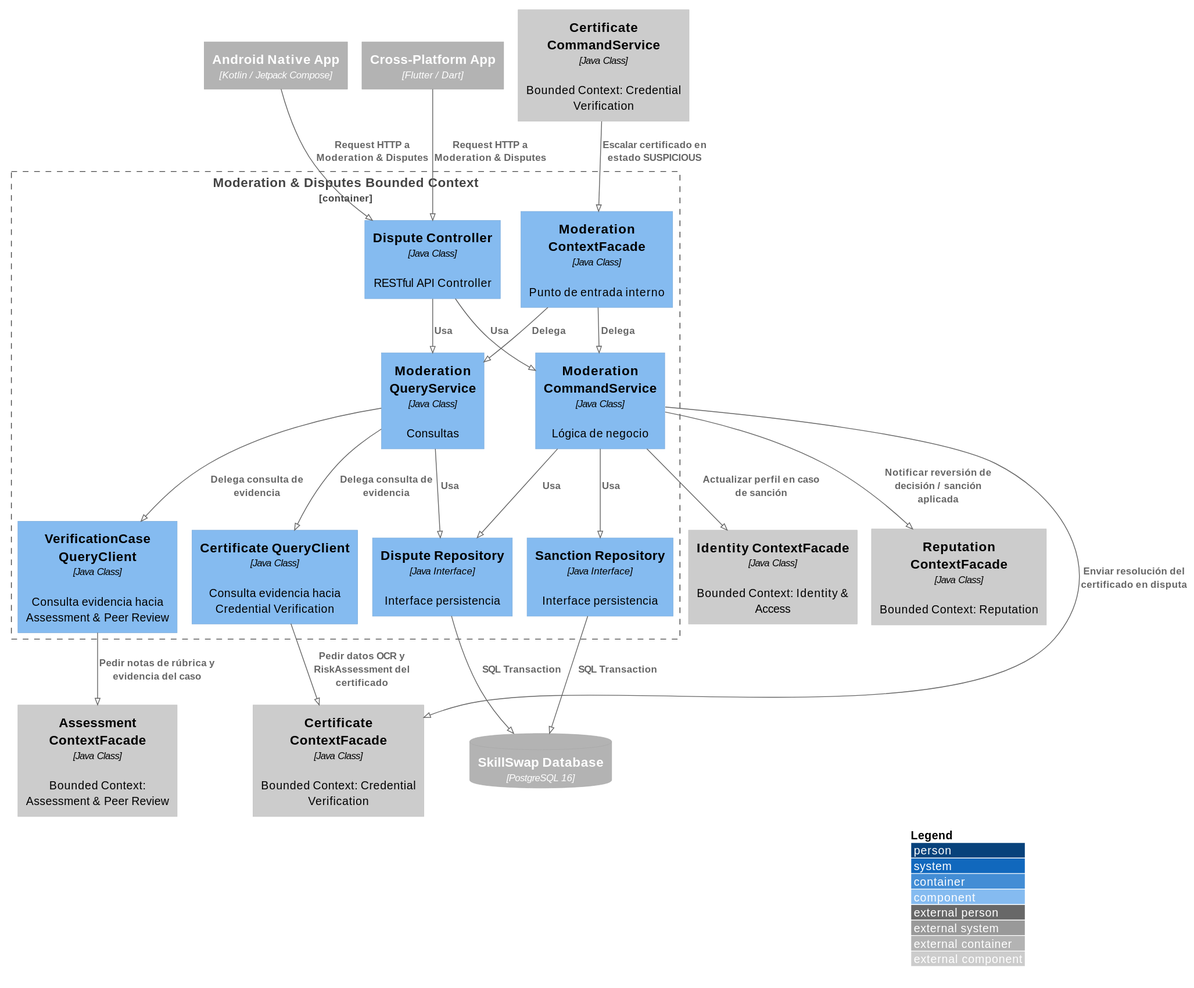
Aplicaciones-Dispositivos-Moviles/SkillSwap-ProjectReport keeps this PlantUML diagram as images-doc/ModerationDisputesComponent.svg. Above is the earlier version.
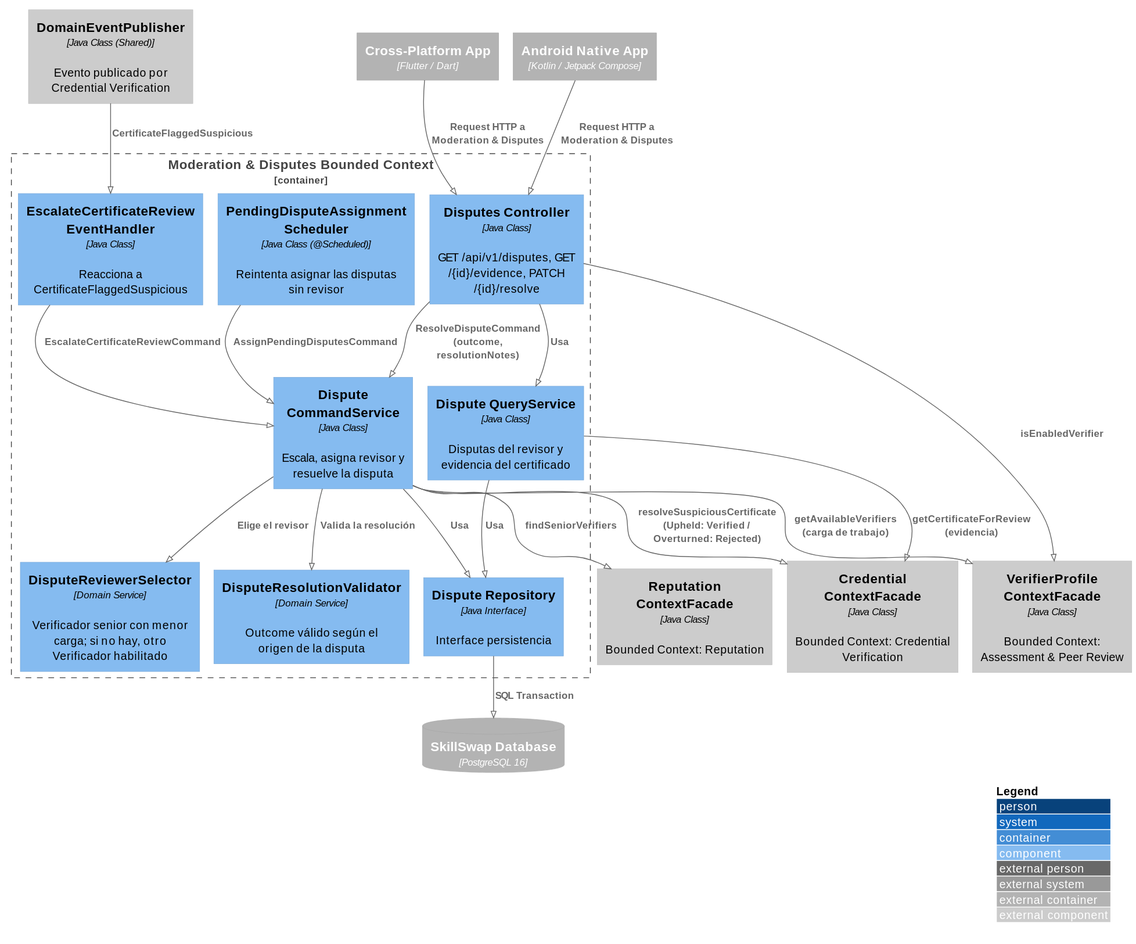
Later version of the same file.

What changed in the source:
```diff
@@ -9,45 +9,40 @@
 ContainerDb_Ext(mainDB, "SkillSwap Database", "PostgreSQL 16")
 
 Container_Boundary(moderationBC, "Moderation & Disputes Bounded Context") {
-    Component(disputeController, "Dispute Controller", "Java Class", "RESTful API Controller")
-    Component(moderationCommandService, "Moderation CommandService", "Java Class", "Lógica de negocio")
-    Component(moderationQueryService, "Moderation QueryService", "Java Class", "Consultas")
+    Component(disputesController, "Disputes Controller", "Java Class", "GET /api/v1/disputes, GET /{id}/evidence, PATCH /{id}/resolve")
+    Component(disputeCommandService, "Dispute CommandService", "Java Class", "Escala, asigna revisor y resuelve la disputa")
+    Component(disputeQueryService, "Dispute QueryService", "Java Class", "Disputas del revisor y evidencia del certificado")
+    Component(escalateHandler, "EscalateCertificateReview EventHandler", "Java Class", "Reacciona a CertificateFlaggedSuspicious")
+    Component(pendingScheduler, "PendingDisputeAssignment Scheduler", "Java Class (@Scheduled)", "Reintenta asignar las disputas sin revisor")
+    Component(reviewerSelector, "DisputeReviewerSelector", "Domain Service", "Verificador senior con menor carga; si no hay, otro Verificador habilitado")
+    Component(resolutionValidator, "DisputeResolutionValidator", "Domain Service", "Outcome válido según el origen de la disputa")
     Component(disputeRepository, "Dispute Repository", "Java Interface", "Interface persistencia")
-    Component(sanctionRepository, "Sanction Repository", "Java Interface", "Interface persistencia")
-    Component(certificateQueryClient, "Certificate QueryClient", "Java Class", "Consulta evidencia hacia Credential Verification")
-    Component(verificationCaseQueryClient, "VerificationCase QueryClient", "Java Class", "Consulta evidencia hacia Assessment & Peer Review")
-    Component(moderationContextFacade, "Moderation ContextFacade", "Java Class", "Punto de entrada interno")
 }
 
-Component_Ext(identityContextFacade, "Identity ContextFacade", "Java Class", "Bounded Context: Identity & Access")
+Component_Ext(domainEventPublisher, "DomainEventPublisher", "Java Class (Shared)", "Evento publicado por Credential Verification")
+Component_Ext(credentialContextFacade, "Credential ContextFacade", "Java Class", "Bounded Context: Credential Verification")
 Component_Ext(reputationContextFacade, "Reputation ContextFacade", "Java Class", "Bounded Context: Reputation")
-Component_Ext(credentialContextFacade, "Certificate ContextFacade", "Java Class", "Bounded Context: Credential Verification")
-Component_Ext(credentialCommandService, "Certificate CommandService", "Java Class", "Bounded Context: Credential Verification")
-Component_Ext(assessmentContextFacade, "Assessment ContextFacade", "Java Class", "Bounded Context: Assessment & Peer Review")
+Component_Ext(verifierProfileContextFacade, "VerifierProfile ContextFacade", "Java Class", "Bounded Context: Assessment & Peer Review")
 
-Rel(androidApp, disputeController, "Request HTTP a Moderation & Disputes")
-Rel(flutterApp, disputeController, "Request HTTP a Moderation & Disputes")
+Rel(androidApp, disputesController, "Request HTTP a Moderation & Disputes")
+Rel(flutterApp, disputesController, "Request HTTP a Moderation & Disputes")
 
-Rel(disputeController, moderationCommandService, "Usa")
-Rel(disputeController, moderationQueryService, "Usa")
-Rel(moderationCommandService, disputeRepository, "Usa")
-Rel(moderationCommandService, sanctionRepository, "Usa")
-Rel(moderationQueryService, disputeRepository, "Usa")
+Rel(disputesController, disputeQueryService, "Usa")
+Rel(disputesController, disputeCommandService, "ResolveDisputeCommand (outcome, resolutionNotes)")
+Rel(disputesController, verifierProfileContextFacade, "isEnabledVerifier")
+
+Rel(domainEventPublisher, escalateHandler, "CertificateFlaggedSuspicious")
+Rel(escalateHandler, disputeCommandService, "EscalateCertificateReviewCommand")
+Rel(pendingScheduler, disputeCommandService, "AssignPendingDisputesCommand")
+
+Rel(disputeCommandService, reviewerSelector, "Elige el revisor")
+Rel(disputeCommandService, resolutionValidator, "Valida la resolución")
+Rel(disputeCommandService, disputeRepository, "Usa")
+Rel(disputeQueryService, disputeRepository, "Usa")
 Rel(disputeRepository, mainDB, "SQL Transaction")
-Rel(sanctionRepository, mainDB, "SQL Transaction")
 
-Rel(moderationQueryService, certificateQueryClient, "Delega consulta de evidencia")
-Rel(certificateQueryClient, credentialContextFacade, "Pedir datos OCR y RiskAssessment del certificado")
-
-Rel(moderationQueryService, verificationCaseQueryClient, "Delega consulta de evidencia")
-Rel(verificationCaseQueryClient, assessmentContextFacade, "Pedir notas de rúbrica y evidencia del caso")
-
-Rel(moderationCommandService, identityContextFacade, "Actualizar perfil en caso de sanción")
-Rel(moderationCommandService, reputationContextFacade, "Notificar reversión de decisión / sanción aplicada")
-Rel(moderationCommandService, credentialContextFacade, "Enviar resolución del certificado en disputa")
-
-Rel(moderationContextFacade, moderationCommandService, "Delega")
-Rel(moderationContextFacade, moderationQueryService, "Delega")
-
-Rel(credentialCommandService, moderationContextFacade, "Escalar certificado en estado SUSPICIOUS")
+Rel(disputeCommandService, verifierProfileContextFacade, "getAvailableVerifiers (carga de trabajo)")
+Rel(disputeCommandService, reputationContextFacade, "findSeniorVerifiers")
+Rel(disputeCommandService, credentialContextFacade, "resolveSuspiciousCertificate (Upheld: Verified / Overturned: Rejected)")
+Rel(disputeQueryService, credentialContextFacade, "getCertificateForReview (evidencia)")
 @enduml
```
